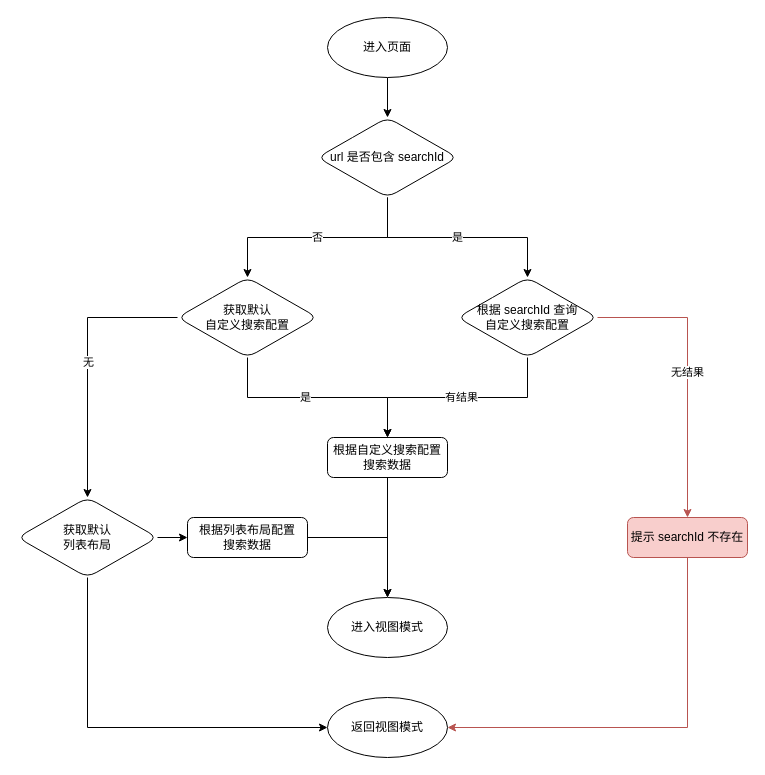
This is dynamic_view_inter.drawio from SikyChen/diagrams, a draw.io file, before an edit. Source tidied: cells renumbered, new cells numbered last; positions are measured from the earlier drawing's top-left corner, leaving out a move shared by most shapes. Both pictures are drawn from the tidied source at 100%, with x=0, y=0 at pixel (17, 17).
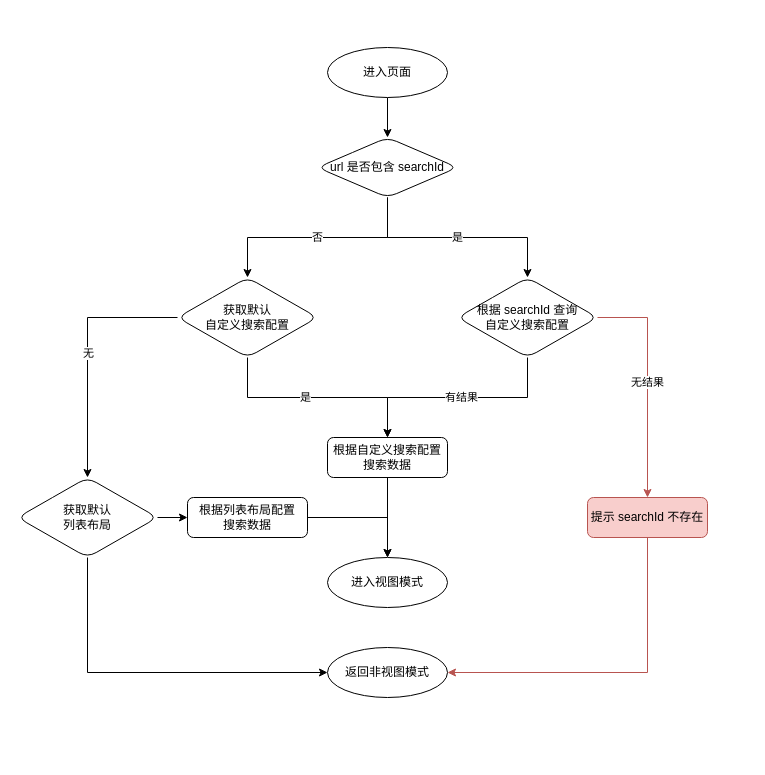
The same diagram, later.

What changed in the source:
```diff
@@
     <mxCell id="5" value="url 是否包含 searchId" style="rhombus;whiteSpace=wrap;html=1;rounded=1;" parent="1" vertex="1">
-      <mxGeometry x="300" y="100" width="140" height="80" as="geometry" />
+      <mxGeometry x="300" y="120" width="140" height="60" as="geometry" />
     </mxCell>
@@
     <mxCell id="10" value="提示 searchId 不存在" style="whiteSpace=wrap;html=1;rounded=1;fillColor=#f8cecc;strokeColor=#b85450;" parent="1" vertex="1">
-      <mxGeometry x="610" y="500" width="120" height="40" as="geometry" />
+      <mxGeometry x="570" y="480" width="120" height="40" as="geometry" />
     </mxCell>
@@
     <mxCell id="17" value="获取默认&lt;br&gt;列表布局" style="rhombus;whiteSpace=wrap;html=1;rounded=1;" parent="1" vertex="1">
-      <mxGeometry y="480" width="140" height="80" as="geometry" />
+      <mxGeometry y="460" width="140" height="80" as="geometry" />
     </mxCell>
@@
     <mxCell id="21" value="根据列表布局配置&lt;br&gt;搜索数据" style="whiteSpace=wrap;html=1;rounded=1;" parent="1" vertex="1">
-      <mxGeometry x="170" y="500" width="120" height="40" as="geometry" />
+      <mxGeometry x="170" y="480" width="120" height="40" as="geometry" />
     </mxCell>
     <mxCell id="22" value="进入视图模式" style="ellipse;whiteSpace=wrap;html=1;rounded=1;" parent="1" vertex="1">
-      <mxGeometry x="310" y="580" width="120" height="60" as="geometry" />
+      <mxGeometry x="310" y="540" width="120" height="50" as="geometry" />
     </mxCell>
-    <mxCell id="23" value="返回视图模式" style="ellipse;whiteSpace=wrap;html=1;rounded=1;" parent="1" vertex="1">
-      <mxGeometry x="310" y="680" width="120" height="60" as="geometry" />
+    <mxCell id="23" value="返回非视图模式" style="ellipse;whiteSpace=wrap;html=1;rounded=1;" parent="1" vertex="1">
+      <mxGeometry x="310" y="630" width="120" height="50" as="geometry" />
     </mxCell>
     <mxCell id="24" value="进入页面" style="ellipse;whiteSpace=wrap;html=1;rounded=1;" parent="1" vertex="1">
-      <mxGeometry x="310" width="120" height="60" as="geometry" />
+      <mxGeometry x="310" y="30" width="120" height="50" as="geometry" />
     </mxCell>
```
